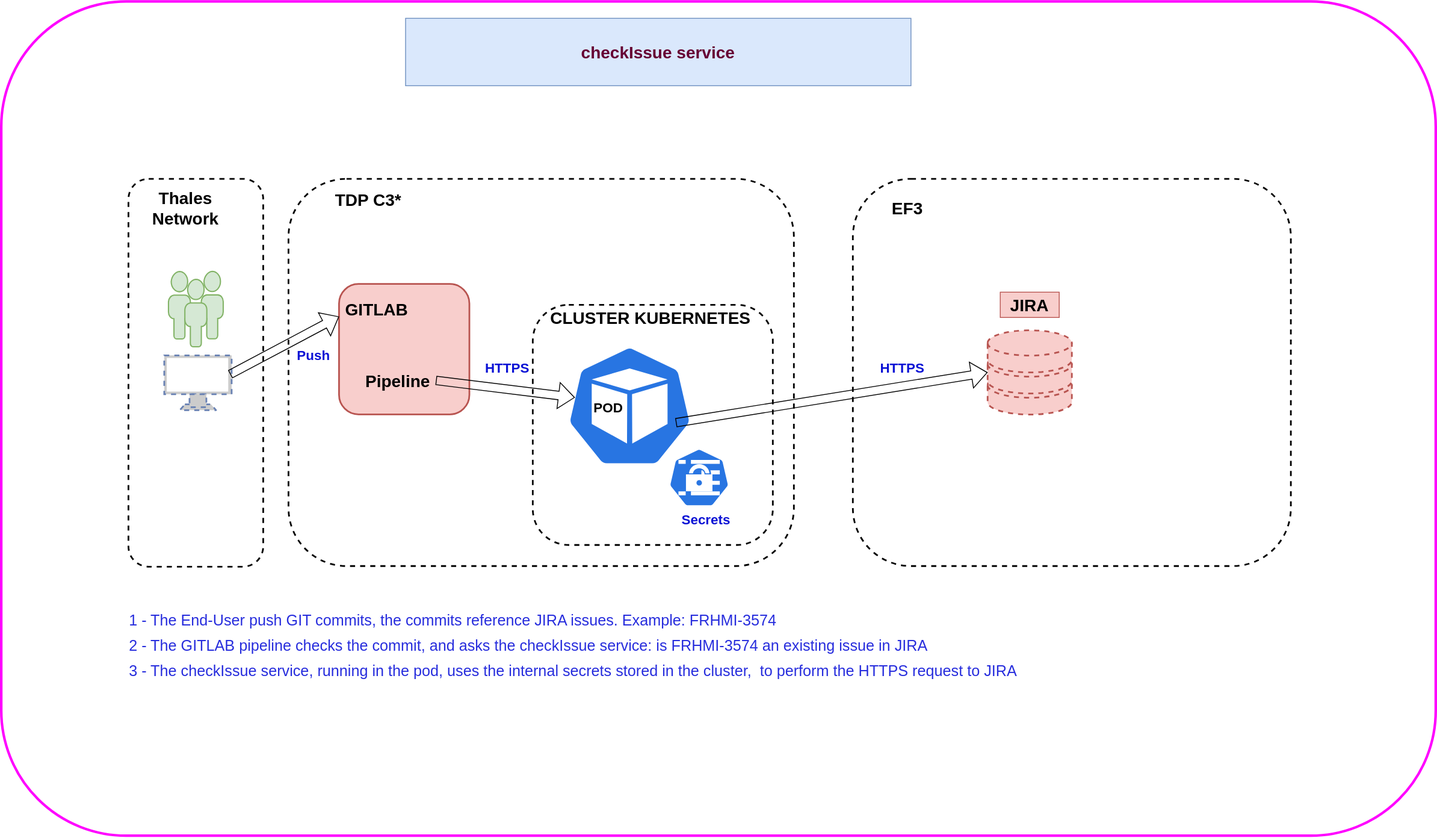
Above: tech/Service checkIssue.svg in alaindelanay/drawings (draw.io), before the change. Source tidied: cells renumbered, new cells last; positions are measured from the earlier drawing's top-left corner, leaving out a move shared by most shapes.
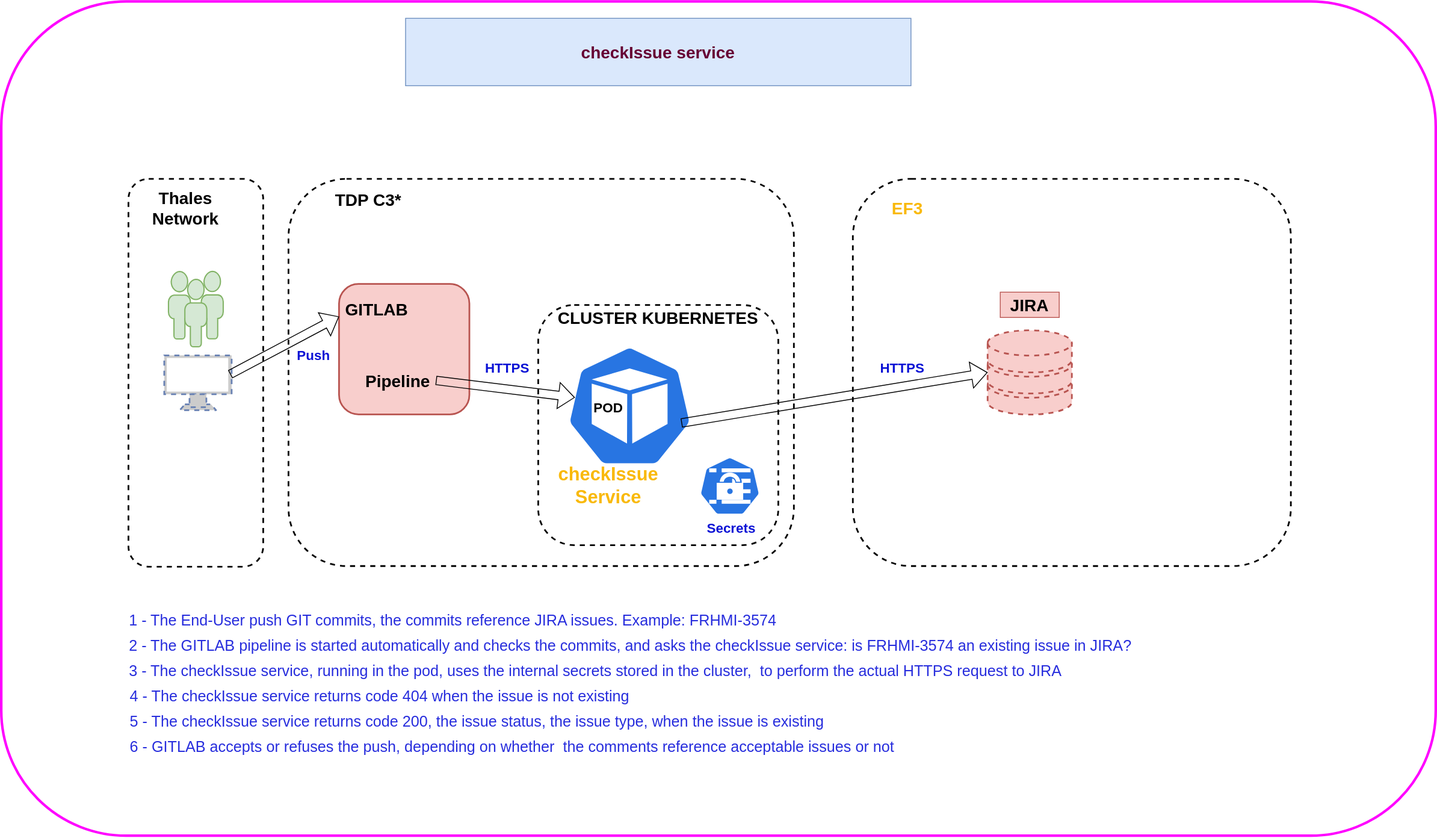
The same file after the commit.

Commit message:
Mettre à jour Service checkIssue.svg

Diff of the diagram source:
```diff
@@ -2,6 +2,9 @@
   <root>
     <mxCell id="0" />
     <mxCell id="1" parent="0" />
+    <mxCell id="16" style="whiteSpace=wrap;html=1;dashed=1;strokeWidth=2;fontSize=16;fontColor=#0b12d5;fillColor=none;rounded=1;" parent="1" vertex="1">
+      <mxGeometry x="637.5" y="360.2" width="285" height="285" as="geometry" />
+    </mxCell>
     <mxCell id="2" style="rounded=1;whiteSpace=wrap;html=1;dashed=1;strokeWidth=2;fontSize=16;fontColor=#0b12d5;fillColor=none;" parent="1" vertex="1">
       <mxGeometry x="151" y="210.5" width="160" height="460.2" as="geometry" />
     </mxCell>
@@ -32,7 +35,7 @@
     <mxCell id="11" value="TDP C3*" style="text;strokeColor=none;align=center;fillColor=none;html=1;verticalAlign=middle;whiteSpace=wrap;rounded=0;fontSize=20;fontStyle=1;" parent="1" vertex="1">
       <mxGeometry x="391" y="220" width="90" height="30" as="geometry" />
     </mxCell>
-    <mxCell id="12" value="EF3" style="text;strokeColor=none;align=center;fillColor=none;html=1;verticalAlign=middle;whiteSpace=wrap;rounded=0;fontSize=20;fontStyle=1;" parent="1" vertex="1">
+    <mxCell id="12" value="EF3" style="text;strokeColor=none;align=center;fillColor=none;html=1;verticalAlign=middle;whiteSpace=wrap;rounded=0;fontSize=20;fontStyle=1;fontColor=#f9b90b;" parent="1" vertex="1">
       <mxGeometry x="1031" y="230" width="90" height="30" as="geometry" />
     </mxCell>
     <mxCell id="13" style="sketch=0;html=1;dashed=0;whitespace=wrap;fillColor=#2875E2;strokeColor=#ffffff;verticalLabelPosition=bottom;align=center;verticalAlign=top;shape=mxgraph.kubernetes.icon;prIcon=pod;strokeWidth=2;fontSize=20;" parent="1" vertex="1">
@@ -42,13 +45,10 @@
       <mxGeometry x="701" y="465" width="40" height="30" as="geometry" />
     </mxCell>
     <mxCell id="15" style="sketch=0;html=1;dashed=0;whitespace=wrap;fillColor=#2875E2;strokeColor=#ffffff;verticalLabelPosition=bottom;align=center;verticalAlign=top;shape=mxgraph.kubernetes.icon;prIcon=secret;strokeWidth=2;fontSize=20;" parent="1" vertex="1">
-      <mxGeometry x="771" y="530" width="115" height="70" as="geometry" />
+      <mxGeometry x="807.5" y="540" width="115" height="70" as="geometry" />
     </mxCell>
-    <mxCell id="16" style="whiteSpace=wrap;html=1;dashed=1;strokeWidth=2;fontSize=16;fontColor=#0b12d5;fillColor=none;rounded=1;" parent="1" vertex="1">
-      <mxGeometry x="631" y="360" width="285" height="285" as="geometry" />
-    </mxCell>
     <mxCell id="17" value="CLUSTER KUBERNETES" style="text;strokeColor=none;align=center;fillColor=none;html=1;verticalAlign=middle;whiteSpace=wrap;rounded=0;fontSize=20;fontStyle=1;" parent="1" vertex="1">
-      <mxGeometry x="641" y="360.2" width="260" height="30" as="geometry" />
+      <mxGeometry x="650" y="360.2" width="260" height="30" as="geometry" />
     </mxCell>
     <mxCell id="18" style="whiteSpace=wrap;html=1;rounded=1;strokeWidth=2;fontSize=16;fillColor=#f8cecc;strokeColor=#b85450;" parent="1" vertex="1">
       <mxGeometry x="401" y="335.2" width="154.8" height="154.8" as="geometry" />
@@ -83,16 +83,28 @@
       <mxGeometry x="173.5" y="230" width="90" height="30" as="geometry" />
     </mxCell>
     <mxCell id="28" value="&lt;b style=&quot;border-color: var(--border-color);&quot;&gt;Secrets&lt;/b&gt;" style="text;strokeColor=none;align=center;fillColor=none;html=1;verticalAlign=middle;whiteSpace=wrap;rounded=0;fontSize=16;fontColor=#0b12d5;" parent="1" vertex="1">
-      <mxGeometry x="807" y="600" width="60" height="30" as="geometry" />
+      <mxGeometry x="837" y="610" width="60" height="30" as="geometry" />
     </mxCell>
     <mxCell id="29" value="1 - The End-User push GIT commits, the commits reference JIRA issues. Example: FRHMI-3574" style="text;strokeColor=none;align=left;fillColor=none;html=1;verticalAlign=middle;whiteSpace=wrap;rounded=0;fontSize=18;fontColor=#272ddd;" parent="1" vertex="1">
       <mxGeometry x="150" y="720" width="1381" height="30" as="geometry" />
     </mxCell>
-    <mxCell id="30" value="2 - The GITLAB pipeline checks the commit, and asks the checkIssue service: is FRHMI-3574 an existing issue in JIRA" style="text;strokeColor=none;align=left;fillColor=none;html=1;verticalAlign=middle;whiteSpace=wrap;rounded=0;fontSize=18;fontColor=#272ddd;" parent="1" vertex="1">
+    <mxCell id="30" value="2 - The GITLAB pipeline is started automatically and checks the commits, and asks the checkIssue service: is FRHMI-3574 an existing issue in JIRA?" style="text;strokeColor=none;align=left;fillColor=none;html=1;verticalAlign=middle;whiteSpace=wrap;rounded=0;fontSize=18;fontColor=#272ddd;" parent="1" vertex="1">
       <mxGeometry x="150" y="750" width="1381" height="30" as="geometry" />
     </mxCell>
-    <mxCell id="31" value="3 - The checkIssue service, running in the pod, uses the internal secrets stored in the cluster,&amp;nbsp; to perform the HTTPS request to JIRA" style="text;strokeColor=none;align=left;fillColor=none;html=1;verticalAlign=middle;whiteSpace=wrap;rounded=0;fontSize=18;fontColor=#272ddd;" parent="1" vertex="1">
+    <mxCell id="31" value="3 - The checkIssue service, running in the pod, uses the internal secrets stored in the cluster,&amp;nbsp; to perform the actual HTTPS request to JIRA" style="text;strokeColor=none;align=left;fillColor=none;html=1;verticalAlign=middle;whiteSpace=wrap;rounded=0;fontSize=18;fontColor=#272ddd;" parent="1" vertex="1">
       <mxGeometry x="150" y="780" width="1381" height="30" as="geometry" />
     </mxCell>
+    <mxCell id="32" value="4 - The checkIssue service returns code 404 when the issue is not existing" style="text;strokeColor=none;align=left;fillColor=none;html=1;verticalAlign=middle;whiteSpace=wrap;rounded=0;fontSize=18;fontColor=#272ddd;" parent="1" vertex="1">
+      <mxGeometry x="151" y="810" width="1381" height="30" as="geometry" />
+    </mxCell>
+    <mxCell id="33" value="5 - The checkIssue service returns code 200, the issue status, the issue type, when the issue is existing" style="text;strokeColor=none;align=left;fillColor=none;html=1;verticalAlign=middle;whiteSpace=wrap;rounded=0;fontSize=18;fontColor=#272ddd;" parent="1" vertex="1">
+      <mxGeometry x="151" y="840" width="1381" height="30" as="geometry" />
+    </mxCell>
+    <mxCell id="34" value="6 - GITLAB accepts or refuses the push, depending on whether&amp;nbsp; the comments reference acceptable issues or not" style="text;strokeColor=none;align=left;fillColor=none;html=1;verticalAlign=middle;whiteSpace=wrap;rounded=0;fontSize=18;fontColor=#272ddd;" parent="1" vertex="1">
+      <mxGeometry x="151" y="870" width="1381" height="30" as="geometry" />
+    </mxCell>
+    <mxCell id="35" value="&lt;font style=&quot;font-size: 22px;&quot;&gt;checkIssue Service&lt;/font&gt;" style="text;strokeColor=none;align=center;fillColor=none;html=1;verticalAlign=middle;whiteSpace=wrap;rounded=0;fontSize=18;fontColor=#f9b90b;fontStyle=1;" parent="1" vertex="1">
+      <mxGeometry x="691" y="560" width="60" height="30" as="geometry" />
+    </mxCell>
   </root>
 </mxGraphModel>
```
